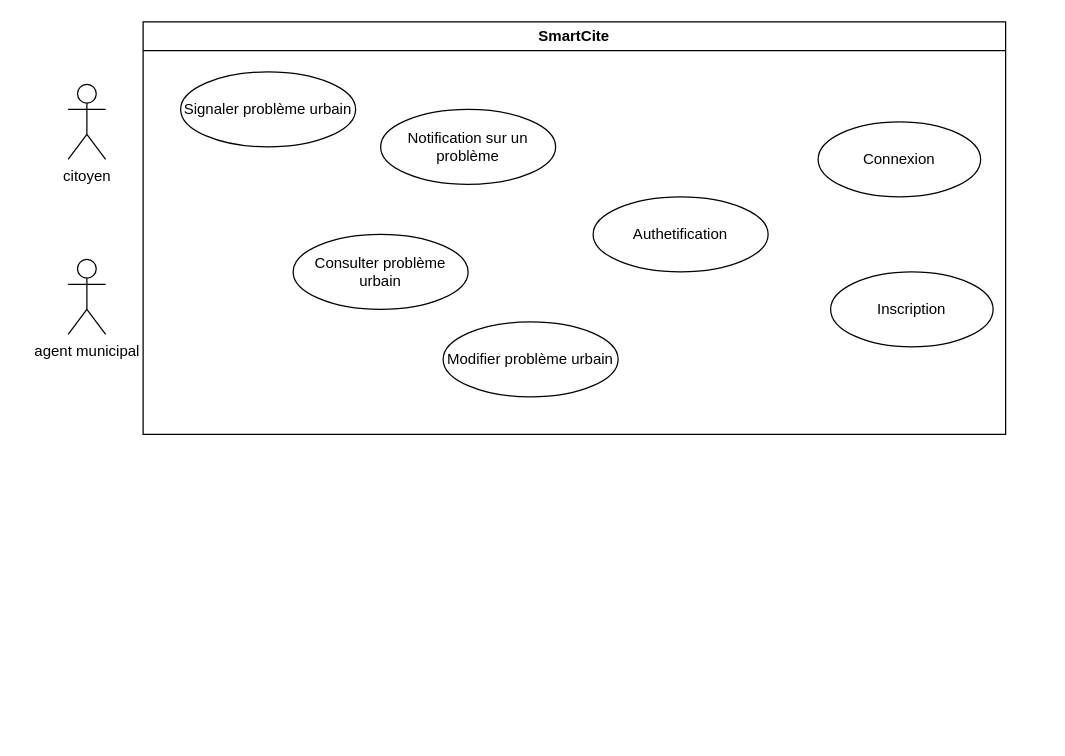
This is diagrams/smartCite_Diagram.drawio from VYoungui/SmartCite, a draw.io file, before an edit. Source tidied: cells renumbered, new cells numbered last; positions are measured from the earlier drawing's top-left corner, leaving out a move shared by most shapes. Both pictures are drawn from the tidied source at 125%, with x=0, y=0 at pixel (68, 21).
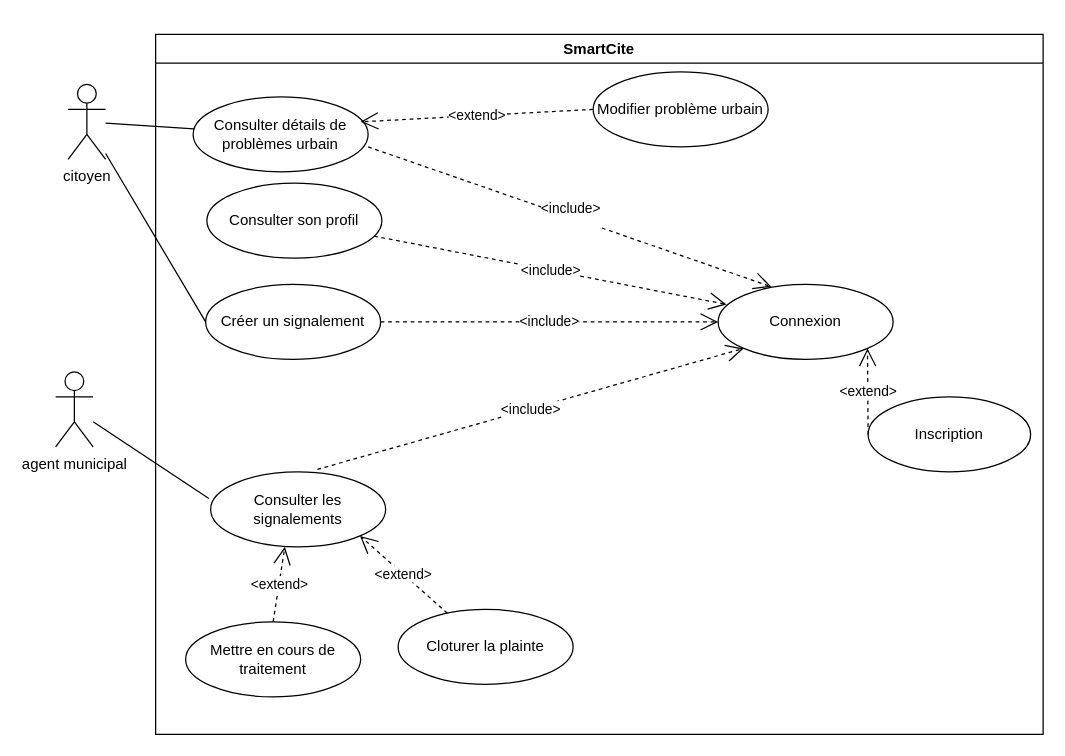
Above is the later version.

Commit message:
Mettre à jour smartCite_Diagram.drawio

The change refers to these unchanged cells:
```xml
<mxCell id="10" value="citoyen&lt;div&gt;&lt;br&gt;&lt;/div&gt;" style="shape=umlActor;verticalLabelPosition=bottom;verticalAlign=top;html=1;outlineConnect=0;" parent="1" vertex="1">
  <mxGeometry y="50" width="30" height="60" as="geometry" />
</mxCell>
```

What changed in the source:
```diff
@@
     <mxCell id="2" value="SmartCite" style="swimlane;whiteSpace=wrap;html=1;" parent="1" vertex="1">
-      <mxGeometry x="60" width="690" height="330" as="geometry" />
+      <mxGeometry x="70" y="10" width="710" height="560" as="geometry" />
     </mxCell>
-    <mxCell id="3" value="Authetification" style="ellipse;whiteSpace=wrap;html=1;" parent="2" vertex="1">
-      <mxGeometry x="360" y="140" width="140" height="60" as="geometry" />
+    <mxCell id="3" value="Connexion" style="ellipse;whiteSpace=wrap;html=1;" parent="2" vertex="1">
+      <mxGeometry x="450" y="200" width="140" height="60" as="geometry" />
     </mxCell>
     <mxCell id="4" value="Inscription" style="ellipse;whiteSpace=wrap;html=1;" parent="2" vertex="1">
-      <mxGeometry x="550" y="200" width="130" height="60" as="geometry" />
+      <mxGeometry x="570" y="290" width="130" height="60" as="geometry" />
     </mxCell>
-    <mxCell id="5" value="Connexion" style="ellipse;whiteSpace=wrap;html=1;" parent="2" vertex="1">
-      <mxGeometry x="540" y="80" width="130" height="60" as="geometry" />
-    </mxCell>
-    <mxCell id="6" value="Signaler problème urbain" style="ellipse;whiteSpace=wrap;html=1;" parent="2" vertex="1">
-      <mxGeometry x="30" y="40" width="140" height="60" as="geometry" />
+    <mxCell id="6" value="Créer un signalement" style="ellipse;whiteSpace=wrap;html=1;" parent="2" vertex="1">
+      <mxGeometry x="40" y="200" width="140" height="60" as="geometry" />
     </mxCell>
-    <mxCell id="7" value="Consulter problème urbain" style="ellipse;whiteSpace=wrap;html=1;" parent="2" vertex="1">
-      <mxGeometry x="120" y="170" width="140" height="60" as="geometry" />
+    <mxCell id="7" value="Consulter détails de problèmes urbain" style="ellipse;whiteSpace=wrap;html=1;" parent="2" vertex="1">
+      <mxGeometry x="30" y="50" width="140" height="60" as="geometry" />
     </mxCell>
     <mxCell id="8" value="Modifier problème urbain" style="ellipse;whiteSpace=wrap;html=1;" parent="2" vertex="1">
-      <mxGeometry x="240" y="240" width="140" height="60" as="geometry" />
+      <mxGeometry x="350" y="30" width="140" height="60" as="geometry" />
     </mxCell>
-    <mxCell id="9" value="Notification sur un problème" style="ellipse;whiteSpace=wrap;html=1;" parent="2" vertex="1">
-      <mxGeometry x="190" y="70" width="140" height="60" as="geometry" />
+    <mxCell id="9" value="Cloturer la plainte" style="ellipse;whiteSpace=wrap;html=1;" parent="2" vertex="1">
+      <mxGeometry x="194" y="460" width="140" height="60" as="geometry" />
     </mxCell>
+    <mxCell id="12" value="Consulter les signalements" style="ellipse;whiteSpace=wrap;html=1;" parent="2" vertex="1">
+      <mxGeometry x="44" y="350" width="140" height="60" as="geometry" />
+    </mxCell>
+    <mxCell id="13" value="&amp;lt;&lt;span style=&quot;background-color: light-dark(#ffffff, var(--ge-dark-color, #121212)); color: light-dark(rgb(0, 0, 0), rgb(255, 255, 255));&quot;&gt;include&amp;gt;&lt;/span&gt;" style="endArrow=open;endSize=12;dashed=1;html=1;rounded=0;exitX=1;exitY=0.5;exitDx=0;exitDy=0;entryX=0;entryY=0.5;entryDx=0;entryDy=0;" parent="2" edge="1" source="6" target="3">
+      <mxGeometry relative="1" as="geometry" />
+    </mxCell>
+    <mxCell id="14" value="&amp;lt;&lt;span style=&quot;background-color: light-dark(#ffffff, var(--ge-dark-color, #121212)); color: light-dark(rgb(0, 0, 0), rgb(255, 255, 255));&quot;&gt;include&amp;gt;&lt;/span&gt;" style="endArrow=open;endSize=12;dashed=1;html=1;rounded=0;entryX=0.048;entryY=0.267;entryDx=0;entryDy=0;entryPerimeter=0;" parent="2" edge="1" source="22" target="3">
+      <mxGeometry relative="1" as="geometry" />
+    </mxCell>
+    <mxCell id="15" value="&amp;lt;&lt;span style=&quot;background-color: light-dark(#ffffff, var(--ge-dark-color, #121212)); color: light-dark(rgb(0, 0, 0), rgb(255, 255, 255));&quot;&gt;include&amp;gt;&lt;/span&gt;" style="endArrow=open;endSize=12;dashed=1;html=1;rounded=0;exitX=0.61;exitY=-0.033;exitDx=0;exitDy=0;entryX=0;entryY=1;entryDx=0;entryDy=0;exitPerimeter=0;" parent="2" edge="1" source="12" target="3">
+      <mxGeometry relative="1" as="geometry" />
+    </mxCell>
+    <mxCell id="16" value="&amp;lt;&lt;span style=&quot;background-color: light-dark(#ffffff, var(--ge-dark-color, #121212)); color: light-dark(rgb(0, 0, 0), rgb(255, 255, 255));&quot;&gt;extend&amp;gt;&lt;/span&gt;" style="endArrow=open;endSize=12;dashed=1;html=1;rounded=0;exitX=0;exitY=0.5;exitDx=0;exitDy=0;entryX=0.957;entryY=0.333;entryDx=0;entryDy=0;entryPerimeter=0;" parent="2" edge="1" source="8" target="7">
+      <mxGeometry relative="1" as="geometry" />
+    </mxCell>
+    <mxCell id="17" value="&amp;lt;&lt;span style=&quot;background-color: light-dark(#ffffff, var(--ge-dark-color, #121212)); color: light-dark(rgb(0, 0, 0), rgb(255, 255, 255));&quot;&gt;extend&amp;gt;&lt;/span&gt;" style="endArrow=open;endSize=12;dashed=1;html=1;rounded=0;exitX=0;exitY=0.5;exitDx=0;exitDy=0;entryX=1;entryY=1;entryDx=0;entryDy=0;" parent="2" edge="1" source="4" target="3">
+      <mxGeometry relative="1" as="geometry" />
+    </mxCell>
+    <mxCell id="18" value="&amp;lt;&lt;span style=&quot;background-color: light-dark(#ffffff, var(--ge-dark-color, #121212)); color: light-dark(rgb(0, 0, 0), rgb(255, 255, 255));&quot;&gt;extend&amp;gt;&lt;/span&gt;" style="endArrow=open;endSize=12;dashed=1;html=1;rounded=0;entryX=1;entryY=1;entryDx=0;entryDy=0;" parent="2" edge="1" source="9" target="12">
+      <mxGeometry relative="1" as="geometry" />
+    </mxCell>
+    <mxCell id="19" value="Mettre en cours de traitement" style="ellipse;whiteSpace=wrap;html=1;" parent="2" vertex="1">
+      <mxGeometry x="24" y="470" width="140" height="60" as="geometry" />
+    </mxCell>
+    <mxCell id="20" value="&amp;lt;&lt;span style=&quot;background-color: light-dark(#ffffff, var(--ge-dark-color, #121212)); color: light-dark(rgb(0, 0, 0), rgb(255, 255, 255));&quot;&gt;extend&amp;gt;&lt;/span&gt;" style="endArrow=open;endSize=12;dashed=1;html=1;rounded=0;entryX=0.424;entryY=1;entryDx=0;entryDy=0;exitX=0.5;exitY=0;exitDx=0;exitDy=0;entryPerimeter=0;" parent="2" edge="1" source="19" target="12">
+      <mxGeometry relative="1" as="geometry" />
+    </mxCell>
+    <mxCell id="21" value="&#10;&lt;span style=&quot;color: rgb(0, 0, 0); font-family: Helvetica; font-size: 11px; font-style: normal; font-variant-ligatures: normal; font-variant-caps: normal; font-weight: 400; letter-spacing: normal; orphans: 2; text-align: center; text-indent: 0px; text-transform: none; widows: 2; word-spacing: 0px; -webkit-text-stroke-width: 0px; white-space: nowrap; background-color: rgb(255, 255, 255); text-decoration-thickness: initial; text-decoration-style: initial; text-decoration-color: initial; display: inline !important; float: none;&quot;&gt;&amp;lt;&lt;/span&gt;&lt;span style=&quot;forced-color-adjust: none; color: light-dark(rgb(0, 0, 0), rgb(255, 255, 255)); font-family: Helvetica; font-size: 11px; font-style: normal; font-variant-ligatures: normal; font-variant-caps: normal; font-weight: 400; letter-spacing: normal; orphans: 2; text-align: center; text-indent: 0px; text-transform: none; widows: 2; word-spacing: 0px; -webkit-text-stroke-width: 0px; white-space: nowrap; background-color: rgb(255, 255, 255); text-decoration-thickness: initial; text-decoration-style: initial; text-decoration-color: initial;&quot;&gt;include&amp;gt;&lt;/span&gt;&#10;&#10;" style="endArrow=open;endSize=12;dashed=1;html=1;rounded=0;exitX=1;exitY=0.667;exitDx=0;exitDy=0;entryX=0.305;entryY=0.033;entryDx=0;entryDy=0;entryPerimeter=0;exitPerimeter=0;" parent="2" edge="1" source="7" target="3">
+      <mxGeometry relative="1" as="geometry" />
+    </mxCell>
+    <mxCell id="22" value="Consulter son profil" style="ellipse;whiteSpace=wrap;html=1;" parent="2" vertex="1">
+      <mxGeometry x="41" y="119" width="140" height="60" as="geometry" />
+    </mxCell>
@@
     <mxCell id="11" value="agent municipal" style="shape=umlActor;verticalLabelPosition=bottom;verticalAlign=top;html=1;outlineConnect=0;" parent="1" vertex="1">
-      <mxGeometry y="190" width="30" height="60" as="geometry" />
+      <mxGeometry x="-10" y="280" width="30" height="60" as="geometry" />
     </mxCell>
+    <mxCell id="23" style="endArrow=none;html=1;rounded=0;entryX=0;entryY=0.5;entryDx=0;entryDy=0;" parent="1" edge="1" source="10" target="6">
+      <mxGeometry relative="1" as="geometry" />
+    </mxCell>
+    <mxCell id="24" style="endArrow=none;html=1;rounded=0;" parent="1" edge="1" source="10" target="7">
+      <mxGeometry relative="1" as="geometry" />
+    </mxCell>
+    <mxCell id="25" style="endArrow=none;html=1;rounded=0;entryX=-0.01;entryY=0.356;entryDx=0;entryDy=0;entryPerimeter=0;" parent="1" edge="1" source="11" target="12">
+      <mxGeometry relative="1" as="geometry" />
+    </mxCell>
```
